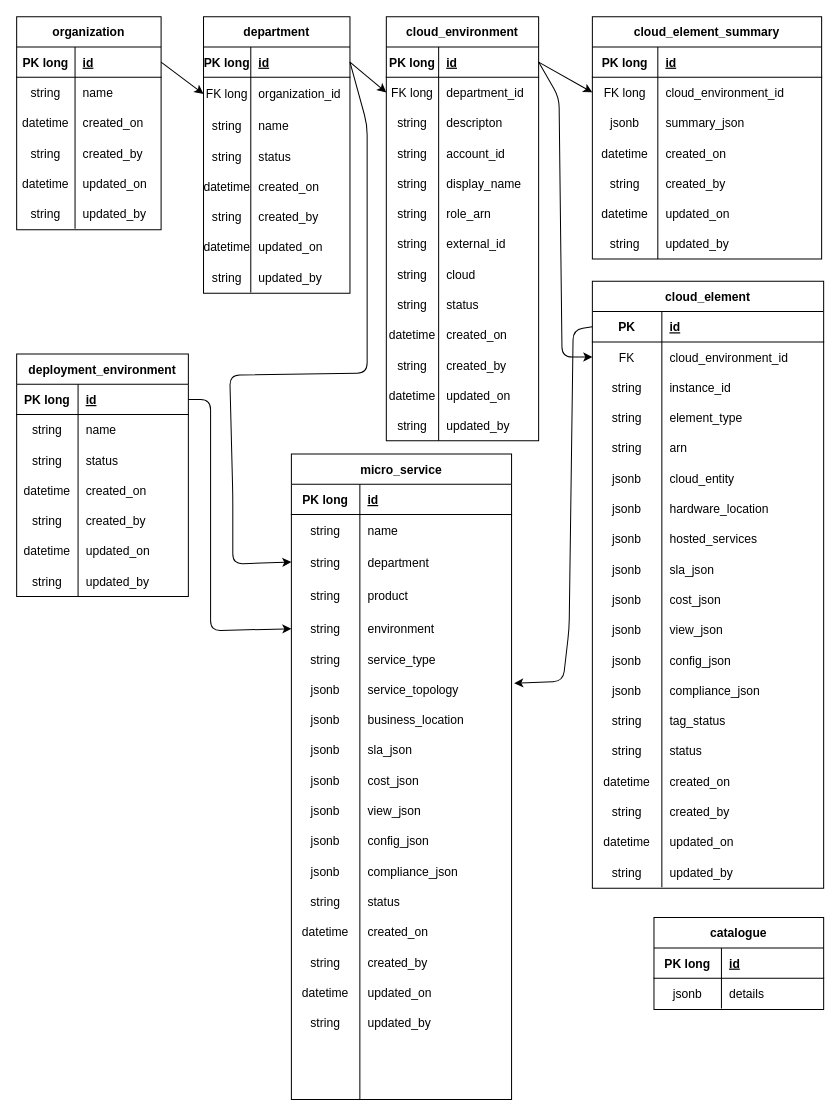
Earlier version of the draw.io diagram page "AssetManagerErDiagram" (2 of 13) of LayeredArchitecture.drawio (ptrsoft/ptr-architectures-doc). Source tidied: cells renumbered, new cells numbered last; positions are measured from the earlier drawing's top-left corner, leaving out a move shared by most shapes. Both pictures are drawn from the tidied source at 101%, with x=0, y=0 at pixel (16, 16).
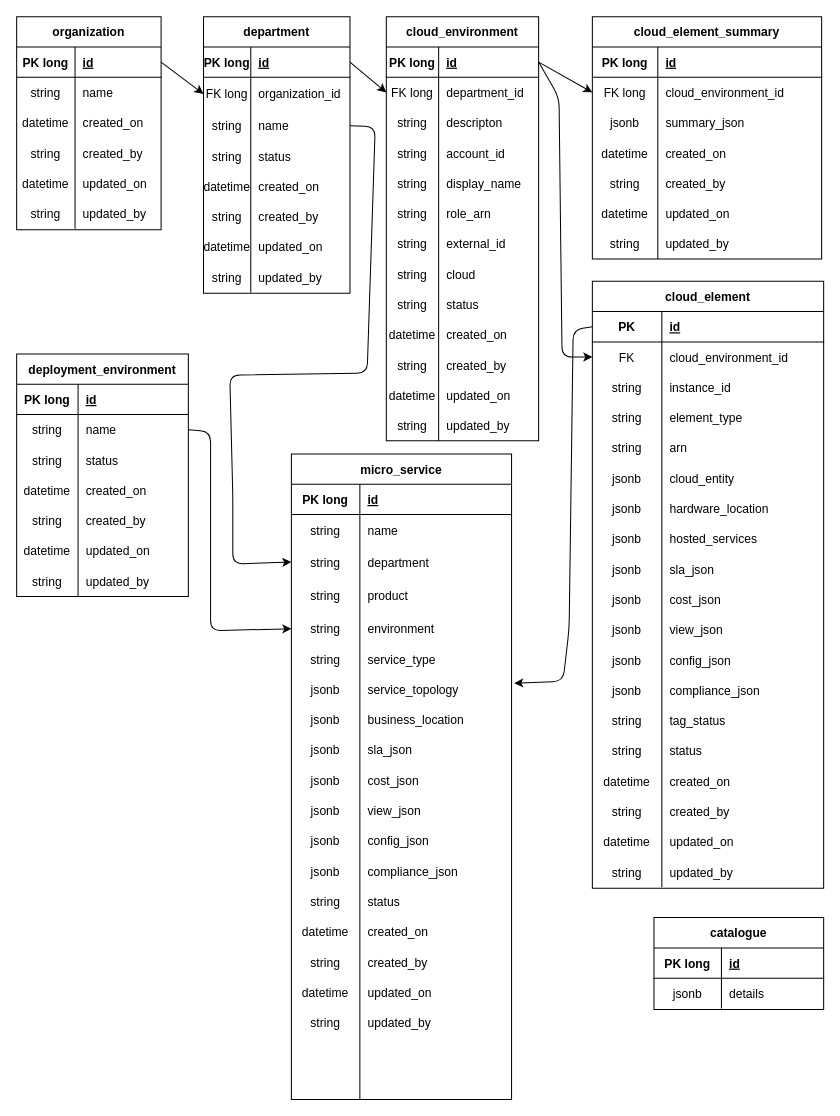
The same page after the edit.

Commit message (it also covers changes not shown here):
API end point grouping

Unchanged cells that the change refers to:
```xml
<mxCell id="23" style="shape=tableRow;horizontal=0;startSize=0;swimlaneHead=0;swimlaneBody=0;fillColor=none;points=[[0,0.5],[1,0.5]];portConstraint=eastwest;top=0;left=0;right=0;bottom=1;" parent="22" vertex="1">
  <mxGeometry y="30" width="145" height="30" as="geometry" />
</mxCell>
<mxCell id="29" style="shape=tableRow;horizontal=0;startSize=0;swimlaneHead=0;swimlaneBody=0;fillColor=none;points=[[0,0.5],[1,0.5]];portConstraint=eastwest;top=0;left=0;right=0;bottom=0;" parent="22" vertex="1">
  <mxGeometry y="93" width="145" height="30" as="geometry" />
</mxCell>
<mxCell id="186" style="shape=tableRow;horizontal=0;startSize=0;swimlaneHead=0;swimlaneBody=0;fillColor=none;points=[[0,0.5],[1,0.5]];portConstraint=eastwest;top=0;left=0;right=0;bottom=0;" parent="179" vertex="1">
  <mxGeometry y="92" width="218" height="30" as="geometry" />
</mxCell>
<mxCell id="192" style="shape=tableRow;horizontal=0;startSize=0;swimlaneHead=0;swimlaneBody=0;fillColor=none;points=[[0,0.5],[1,0.5]];portConstraint=eastwest;top=0;left=0;right=0;bottom=0;" parent="179" vertex="1">
  <mxGeometry y="158" width="218" height="30" as="geometry" />
</mxCell>
<mxCell id="242" style="shape=tableRow;horizontal=0;startSize=0;swimlaneHead=0;swimlaneBody=0;fillColor=none;points=[[0,0.5],[1,0.5]];portConstraint=eastwest;top=0;left=0;right=0;bottom=1;" parent="241" vertex="1">
  <mxGeometry y="30" width="170" height="30" as="geometry" />
</mxCell>
<mxCell id="245" style="shape=tableRow;horizontal=0;startSize=0;swimlaneHead=0;swimlaneBody=0;fillColor=none;points=[[0,0.5],[1,0.5]];portConstraint=eastwest;top=0;left=0;right=0;bottom=0;" parent="241" vertex="1">
  <mxGeometry y="60" width="170" height="30" as="geometry" />
</mxCell>
```

Change to the diagram source:
```diff
@@
-    <mxCell id="21" style="edgeStyle=none;html=1;exitX=1;exitY=0.5;exitDx=0;exitDy=0;entryX=0;entryY=0.5;entryDx=0;entryDy=0;" parent="1" edge="1" source="23" target="186">
+    <mxCell id="21" style="edgeStyle=none;html=1;exitX=1;exitY=0.5;exitDx=0;exitDy=0;entryX=0;entryY=0.5;entryDx=0;entryDy=0;" parent="1" edge="1" source="29" target="186">
       <mxGeometry relative="1" as="geometry">
         <Array as="points">
-          <mxPoint x="347" y="107" />
+          <mxPoint x="355" y="109" />
           <mxPoint x="347" y="353" />
           <mxPoint x="211" y="355" />
           <mxPoint x="214" y="474" />
           <mxPoint x="214" y="542" />
         </Array>
       </mxGeometry>
     </mxCell>
@@
-    <mxCell id="240" style="edgeStyle=none;html=1;exitX=1;exitY=0.5;exitDx=0;exitDy=0;entryX=0;entryY=0.5;entryDx=0;entryDy=0;" parent="1" edge="1" source="242" target="192">
+    <mxCell id="240" style="edgeStyle=none;html=1;exitX=1;exitY=0.5;exitDx=0;exitDy=0;entryX=0;entryY=0.5;entryDx=0;entryDy=0;" parent="1" edge="1" source="245" target="192">
       <mxGeometry relative="1" as="geometry">
         <Array as="points">
-          <mxPoint x="192" y="379" />
+          <mxPoint x="192" y="411" />
           <mxPoint x="192" y="608" />
         </Array>
       </mxGeometry>
     </mxCell>
```
